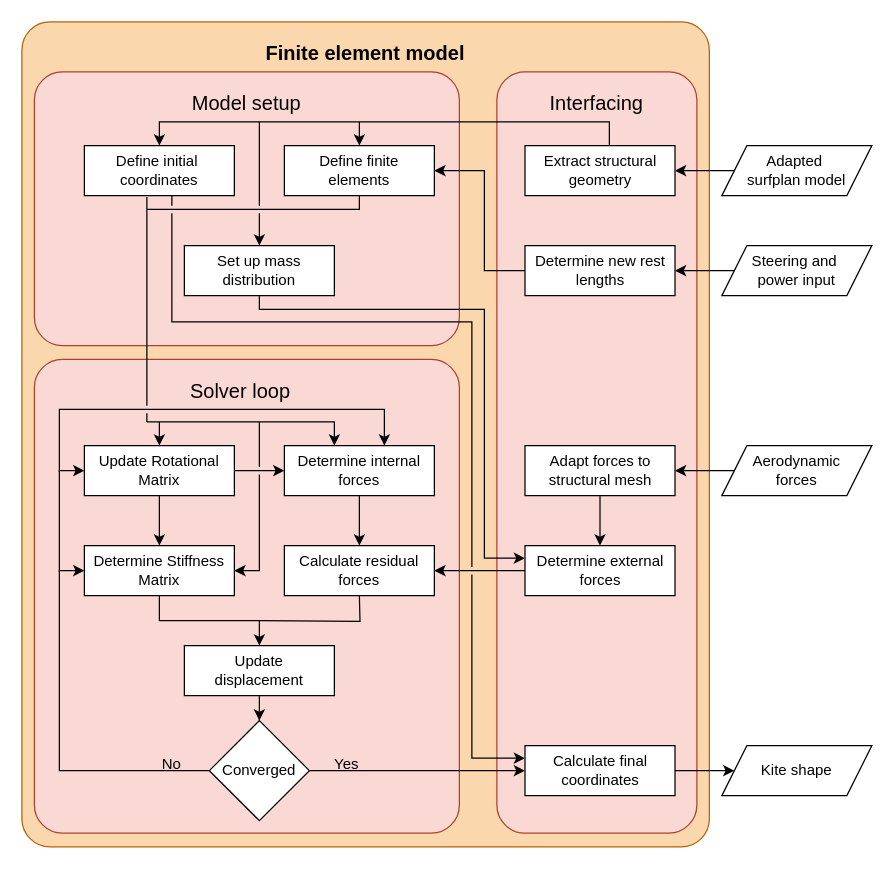
Earlier version of the draw.io diagram Figures/drawio/FEM_flowchart.drawio (PatrickRoel/Thesis). Source tidied: cells renumbered, new cells numbered last; positions are measured from the earlier drawing's top-left corner, leaving out a move shared by most shapes. Both pictures are drawn from the tidied source at 125%, with x=0, y=0 at pixel (21, 21).
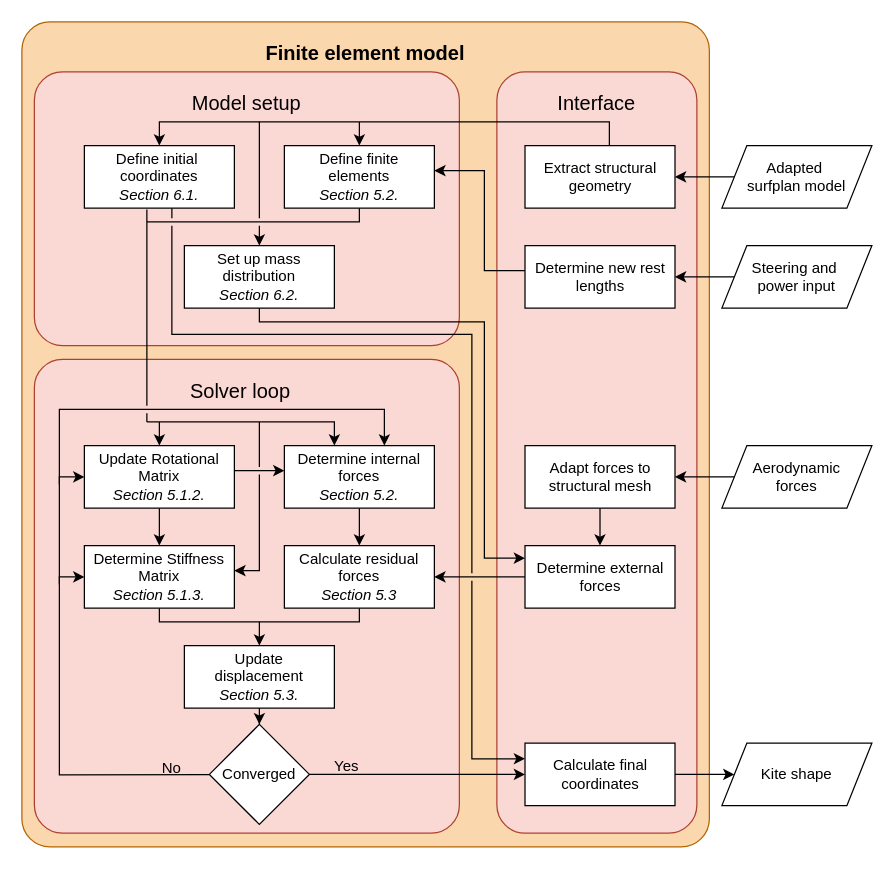
After the change.

What changed in the source:
```diff
@@
-    <mxCell id="8" value="Determine internal forces" style="rounded=0;whiteSpace=wrap;html=1;" parent="1" vertex="1">
-      <mxGeometry x="210" y="339" width="120" height="40" as="geometry" />
+    <mxCell id="8" value="&lt;div&gt;Determine internal forces&lt;/div&gt;&lt;div&gt;&lt;i&gt;Section 5.2.&lt;/i&gt;&lt;/div&gt;" style="rounded=0;whiteSpace=wrap;html=1;spacingBottom=1;fontSize=12;" parent="1" vertex="1">
+      <mxGeometry x="210" y="339" width="120" height="50" as="geometry" />
     </mxCell>
+    <mxCell id="57" style="edgeStyle=orthogonalEdgeStyle;rounded=0;jettySize=auto;html=1;" parent="1" edge="1" source="9" target="13">
+      <mxGeometry relative="1" as="geometry">
+        <Array as="points">
+          <mxPoint x="270" y="480" />
+          <mxPoint x="190" y="480" />
+        </Array>
+      </mxGeometry>
+    </mxCell>
-    <mxCell id="9" value="&lt;div&gt;Calculate residual&lt;/div&gt;&lt;div&gt;forces&lt;/div&gt;" style="rounded=0;whiteSpace=wrap;html=1;" parent="1" vertex="1">
-      <mxGeometry x="210" y="419" width="120" height="40" as="geometry" />
+    <mxCell id="9" value="&lt;div&gt;Calculate residual&lt;/div&gt;&lt;div&gt;forces&lt;/div&gt;&lt;div&gt;&lt;i&gt;Section 5.3&lt;/i&gt;&lt;/div&gt;" style="rounded=0;whiteSpace=wrap;html=1;spacingBottom=1;fontSize=12;" parent="1" vertex="1">
+      <mxGeometry x="210" y="419" width="120" height="50" as="geometry" />
     </mxCell>
-    <mxCell id="10" style="edgeStyle=orthogonalEdgeStyle;rounded=0;jettySize=auto;html=1;entryX=0.5;entryY=0;entryDx=0;entryDy=0;" parent="1" edge="1" source="11" target="13">
-      <mxGeometry relative="1" as="geometry" />
-    </mxCell>
+    <mxCell id="58" style="edgeStyle=orthogonalEdgeStyle;rounded=0;jettySize=auto;html=1;endArrow=none;endFill=0;" parent="1" edge="1" source="11">
+      <mxGeometry relative="1" as="geometry">
+        <mxPoint x="190" y="480" as="targetPoint" />
+        <Array as="points">
+          <mxPoint x="110" y="480" />
+        </Array>
+      </mxGeometry>
+    </mxCell>
-    <mxCell id="11" value="Determine Stiffness Matrix" style="rounded=0;whiteSpace=wrap;html=1;" parent="1" vertex="1">
-      <mxGeometry x="50" y="419" width="120" height="40" as="geometry" />
+    <mxCell id="11" value="&lt;div&gt;Determine Stiffness Matrix&lt;/div&gt;&lt;div&gt;&lt;i&gt;Section 5.1.3.&lt;/i&gt;&lt;/div&gt;" style="rounded=0;whiteSpace=wrap;html=1;spacingBottom=1;fontSize=12;" parent="1" vertex="1">
+      <mxGeometry x="50" y="419" width="120" height="50" as="geometry" />
     </mxCell>
@@
-    <mxCell id="13" value="&lt;div&gt;Update&lt;/div&gt;&lt;div&gt;displacement&lt;/div&gt;" style="rounded=0;whiteSpace=wrap;html=1;" parent="1" vertex="1">
-      <mxGeometry x="130" y="499" width="120" height="40" as="geometry" />
+    <mxCell id="13" value="&lt;div&gt;Update&lt;/div&gt;&lt;div&gt;displacement&lt;/div&gt;&lt;div&gt;&lt;i&gt;Section 5.3.&lt;/i&gt;&lt;/div&gt;" style="rounded=0;whiteSpace=wrap;html=1;spacingBottom=1;fontSize=12;" parent="1" vertex="1">
+      <mxGeometry x="130" y="499" width="120" height="50" as="geometry" />
     </mxCell>
-    <mxCell id="14" style="edgeStyle=orthogonalEdgeStyle;rounded=0;jettySize=auto;html=1;entryX=0;entryY=0.5;entryDx=0;entryDy=0;" parent="1" edge="1" source="16" target="11">
+    <mxCell id="14" style="edgeStyle=orthogonalEdgeStyle;rounded=0;jettySize=auto;html=1;entryX=0;entryY=0.5;entryDx=0;entryDy=0;exitX=1;exitY=0.676;exitDx=0;exitDy=0;exitPerimeter=0;" parent="1" edge="1" source="18" target="11">
       <mxGeometry relative="1" as="geometry">
         <Array as="points">
-          <mxPoint x="30" y="599" />
-          <mxPoint x="30" y="439" />
+          <mxPoint x="30" y="602" />
+          <mxPoint x="30" y="444" />
         </Array>
       </mxGeometry>
     </mxCell>
-    <mxCell id="15" style="edgeStyle=orthogonalEdgeStyle;rounded=0;jettySize=auto;html=1;" parent="1" edge="1" source="16" target="25">
+    <mxCell id="15" style="edgeStyle=orthogonalEdgeStyle;rounded=0;jettySize=auto;html=1;entryX=0;entryY=0.5;entryDx=0;entryDy=0;" parent="1" edge="1" source="16" target="25">
       <mxGeometry relative="1" as="geometry" />
     </mxCell>
     <mxCell id="16" value="Converged" style="rhombus;whiteSpace=wrap;html=1;" parent="1" vertex="1">
-      <mxGeometry x="150" y="559" width="80" height="80" as="geometry" />
+      <mxGeometry x="150" y="562" width="80" height="80" as="geometry" />
     </mxCell>
     <mxCell id="17" value="Yes" style="text;html=1;whiteSpace=wrap;strokeColor=none;fillColor=none;align=center;verticalAlign=middle;rounded=0;" parent="1" vertex="1">
-      <mxGeometry x="230" y="579" width="60" height="30" as="geometry" />
+      <mxGeometry x="230" y="581" width="60" height="30" as="geometry" />
     </mxCell>
     <mxCell id="18" value="No" style="text;html=1;whiteSpace=wrap;strokeColor=none;fillColor=none;align=center;verticalAlign=middle;rounded=0;" parent="1" vertex="1">
-      <mxGeometry x="90" y="579" width="60" height="30" as="geometry" />
+      <mxGeometry x="90" y="582" width="60" height="30" as="geometry" />
     </mxCell>
-    <mxCell id="19" value="&lt;div&gt;Define initial&amp;nbsp;&lt;/div&gt;&lt;div&gt;coordinates&lt;/div&gt;" style="rounded=0;whiteSpace=wrap;html=1;" parent="1" vertex="1">
-      <mxGeometry x="50" y="99" width="120" height="40" as="geometry" />
+    <mxCell id="19" value="&lt;div&gt;Define initial&amp;nbsp;&lt;/div&gt;&lt;div&gt;coordinates&lt;/div&gt;&lt;div&gt;&lt;div&gt;&lt;i&gt;Section 6.1.&lt;/i&gt;&lt;/div&gt;&lt;/div&gt;" style="rounded=0;whiteSpace=wrap;html=1;spacingBottom=1;fontSize=12;" parent="1" vertex="1">
+      <mxGeometry x="50" y="99" width="120" height="50" as="geometry" />
     </mxCell>
@@
-    <mxCell id="21" value="&lt;div&gt;Aerodynamic&lt;/div&gt;&lt;div&gt;forces&lt;/div&gt;" style="shape=parallelogram;perimeter=parallelogramPerimeter;whiteSpace=wrap;html=1;fixedSize=1;" parent="1" vertex="1">
-      <mxGeometry x="560" y="339" width="120" height="40" as="geometry" />
+    <mxCell id="21" value="&lt;div&gt;Aerodynamic&lt;/div&gt;&lt;div&gt;forces&lt;/div&gt;" style="shape=parallelogram;perimeter=parallelogramPerimeter;whiteSpace=wrap;html=1;fixedSize=1;spacingBottom=1;fontSize=12;" parent="1" vertex="1">
+      <mxGeometry x="560" y="339" width="120" height="50" as="geometry" />
     </mxCell>
-    <mxCell id="22" value="Kite shape" style="shape=parallelogram;perimeter=parallelogramPerimeter;whiteSpace=wrap;html=1;fixedSize=1;" parent="1" vertex="1">
-      <mxGeometry x="560" y="579" width="120" height="40" as="geometry" />
+    <mxCell id="22" value="Kite shape" style="shape=parallelogram;perimeter=parallelogramPerimeter;whiteSpace=wrap;html=1;fixedSize=1;spacingBottom=1;fontSize=12;" parent="1" vertex="1">
+      <mxGeometry x="560" y="577" width="120" height="50" as="geometry" />
     </mxCell>
-    <mxCell id="23" value="&lt;div&gt;Define finite&lt;/div&gt;&lt;div&gt;elements&lt;/div&gt;" style="rounded=0;whiteSpace=wrap;html=1;" parent="1" vertex="1">
-      <mxGeometry x="210" y="99" width="120" height="40" as="geometry" />
+    <mxCell id="23" value="&lt;div&gt;Define finite&lt;/div&gt;&lt;div&gt;elements&lt;/div&gt;&lt;div&gt;&lt;i&gt;Section 5.2.&lt;/i&gt;&lt;/div&gt;" style="rounded=0;whiteSpace=wrap;html=1;spacing=2;spacingTop=0;spacingBottom=1;fontSize=12;" parent="1" vertex="1">
+      <mxGeometry x="210" y="99" width="120" height="50" as="geometry" />
     </mxCell>
@@
-    <mxCell id="25" value="Calculate final coordinates" style="rounded=0;whiteSpace=wrap;html=1;" parent="1" vertex="1">
-      <mxGeometry x="402.5" y="579" width="120" height="40" as="geometry" />
+    <mxCell id="25" value="Calculate final coordinates" style="rounded=0;whiteSpace=wrap;html=1;spacingBottom=1;fontSize=12;" parent="1" vertex="1">
+      <mxGeometry x="402.5" y="577" width="120" height="50" as="geometry" />
     </mxCell>
@@
-    <mxCell id="28" value="&lt;div&gt;Steering and&amp;nbsp;&lt;/div&gt;&lt;div&gt;power input&lt;/div&gt;" style="shape=parallelogram;perimeter=parallelogramPerimeter;whiteSpace=wrap;html=1;fixedSize=1;" parent="1" vertex="1">
-      <mxGeometry x="560" y="179" width="120" height="40" as="geometry" />
+    <mxCell id="28" value="&lt;div&gt;Steering and&amp;nbsp;&lt;/div&gt;&lt;div&gt;power input&lt;/div&gt;" style="shape=parallelogram;perimeter=parallelogramPerimeter;whiteSpace=wrap;html=1;fixedSize=1;spacingBottom=1;fontSize=12;" parent="1" vertex="1">
+      <mxGeometry x="560" y="179" width="120" height="50" as="geometry" />
     </mxCell>
-    <mxCell id="29" value="&lt;div&gt;Set up mass&lt;/div&gt;&lt;div&gt;distribution&lt;/div&gt;" style="rounded=0;whiteSpace=wrap;html=1;" parent="1" vertex="1">
-      <mxGeometry x="130" y="179" width="120" height="40" as="geometry" />
+    <mxCell id="29" value="&lt;div&gt;Set up mass&lt;/div&gt;&lt;div&gt;distribution&lt;/div&gt;&lt;div&gt;&lt;i&gt;Section 6.2.&lt;/i&gt;&lt;/div&gt;" style="rounded=0;whiteSpace=wrap;html=1;spacingBottom=1;fontSize=12;" parent="1" vertex="1">
+      <mxGeometry x="130" y="179" width="120" height="50" as="geometry" />
     </mxCell>
@@
-    <mxCell id="31" value="&lt;div&gt;Adapt&amp;nbsp;forces to structural mesh&lt;/div&gt;" style="rounded=0;whiteSpace=wrap;html=1;" parent="1" vertex="1">
-      <mxGeometry x="402.5" y="339" width="120" height="40" as="geometry" />
+    <mxCell id="31" value="&lt;div&gt;Adapt&amp;nbsp;forces to structural mesh&lt;/div&gt;" style="rounded=0;whiteSpace=wrap;html=1;spacingBottom=1;fontSize=12;" parent="1" vertex="1">
+      <mxGeometry x="402.5" y="339" width="120" height="50" as="geometry" />
     </mxCell>
@@
-    <mxCell id="33" style="endArrow=none;html=1;rounded=0;edgeStyle=orthogonalEdgeStyle;" parent="1" edge="1">
-      <mxGeometry relative="1" as="geometry">
-        <mxPoint x="190" y="479" as="sourcePoint" />
-        <mxPoint x="270" y="459" as="targetPoint" />
-      </mxGeometry>
-    </mxCell>
     <mxCell id="34" style="endArrow=classic;html=1;rounded=0;edgeStyle=orthogonalEdgeStyle;" parent="1" edge="1">
       <mxGeometry relative="1" as="geometry">
-        <mxPoint x="30" y="360" as="sourcePoint" />
+        <mxPoint x="30" y="370" as="sourcePoint" />
         <mxPoint x="290" y="339" as="targetPoint" />
         <Array as="points">
           <mxPoint x="30" y="310" />
           <mxPoint x="290" y="310" />
           <mxPoint x="290" y="339" />
         </Array>
       </mxGeometry>
     </mxCell>
@@
-    <mxCell id="37" style="endArrow=classic;html=1;rounded=0;entryX=0;entryY=0.5;entryDx=0;entryDy=0;edgeStyle=orthogonalEdgeStyle;" parent="1" edge="1" target="42">
+    <mxCell id="37" style="endArrow=classic;html=1;rounded=0;edgeStyle=orthogonalEdgeStyle;entryX=0;entryY=0.5;entryDx=0;entryDy=0;" parent="1" edge="1" target="42">
       <mxGeometry relative="1" as="geometry">
-        <mxPoint x="30" y="440" as="sourcePoint" />
+        <mxPoint x="30" y="450" as="sourcePoint" />
         <Array as="points">
-          <mxPoint x="30" y="359" />
+          <mxPoint x="30" y="364" />
         </Array>
       </mxGeometry>
     </mxCell>
@@
-    <mxCell id="39" value="&lt;div&gt;Adapted&amp;nbsp;&lt;/div&gt;&lt;div&gt;surfplan model&lt;/div&gt;" style="shape=parallelogram;perimeter=parallelogramPerimeter;whiteSpace=wrap;html=1;fixedSize=1;" parent="1" vertex="1">
-      <mxGeometry x="560" y="99" width="120" height="40" as="geometry" />
+    <mxCell id="39" value="&lt;div&gt;Adapted&amp;nbsp;&lt;/div&gt;&lt;div&gt;surfplan model&lt;/div&gt;" style="shape=parallelogram;perimeter=parallelogramPerimeter;whiteSpace=wrap;html=1;fixedSize=1;spacingBottom=1;fontSize=12;" parent="1" vertex="1">
+      <mxGeometry x="560" y="99" width="120" height="50" as="geometry" />
     </mxCell>
@@
-    <mxCell id="42" value="Update Rotational Matrix" style="rounded=0;whiteSpace=wrap;html=1;" parent="1" vertex="1">
-      <mxGeometry x="50" y="339" width="120" height="40" as="geometry" />
+    <mxCell id="42" value="&lt;div&gt;Update Rotational Matrix&lt;/div&gt;&lt;div&gt;&lt;i&gt;Section 5.1.2.&lt;/i&gt;&lt;/div&gt;" style="rounded=0;whiteSpace=wrap;html=1;spacingBottom=1;fontSize=12;" parent="1" vertex="1">
+      <mxGeometry x="50" y="339" width="120" height="50" as="geometry" />
     </mxCell>
-    <mxCell id="43" value="Interfacing" style="text;html=1;whiteSpace=wrap;strokeColor=none;fillColor=none;align=center;verticalAlign=middle;rounded=0;fontStyle=0;fontSize=16;" parent="1" vertex="1">
+    <mxCell id="43" value="Interface" style="text;html=1;whiteSpace=wrap;strokeColor=none;fillColor=none;align=center;verticalAlign=middle;rounded=0;fontStyle=0;fontSize=16;" parent="1" vertex="1">
       <mxGeometry x="380" y="50" width="160" height="30" as="geometry" />
     </mxCell>
@@
-    <mxCell id="45" value="&lt;div&gt;Determine external&lt;/div&gt;&lt;div&gt;forces&lt;/div&gt;" style="rounded=0;whiteSpace=wrap;html=1;" parent="1" vertex="1">
-      <mxGeometry x="402.5" y="419" width="120" height="40" as="geometry" />
+    <mxCell id="45" value="&lt;div&gt;Determine external&lt;/div&gt;&lt;div&gt;forces&lt;/div&gt;" style="rounded=0;whiteSpace=wrap;html=1;spacingBottom=1;fontSize=12;" parent="1" vertex="1">
+      <mxGeometry x="402.5" y="419" width="120" height="50" as="geometry" />
     </mxCell>
@@
-    <mxCell id="47" value="&lt;div&gt;Determine new rest&lt;/div&gt;&lt;div&gt;lengths&lt;/div&gt;" style="rounded=0;whiteSpace=wrap;html=1;" parent="1" vertex="1">
-      <mxGeometry x="402.5" y="179" width="120" height="40" as="geometry" />
+    <mxCell id="47" value="&lt;div&gt;Determine new rest&lt;/div&gt;&lt;div&gt;lengths&lt;/div&gt;" style="rounded=0;whiteSpace=wrap;html=1;spacingBottom=1;fontSize=12;" parent="1" vertex="1">
+      <mxGeometry x="402.5" y="179" width="120" height="50" as="geometry" />
     </mxCell>
-    <mxCell id="48" value="&lt;div&gt;Extract structural&lt;/div&gt;&lt;div&gt;geometry&lt;/div&gt;" style="rounded=0;whiteSpace=wrap;html=1;" parent="1" vertex="1">
-      <mxGeometry x="402.5" y="99" width="120" height="40" as="geometry" />
+    <mxCell id="48" value="&lt;div&gt;Extract structural&lt;/div&gt;&lt;div&gt;geometry&lt;/div&gt;" style="rounded=0;whiteSpace=wrap;html=1;spacingBottom=1;fontSize=12;" parent="1" vertex="1">
+      <mxGeometry x="402.5" y="99" width="120" height="50" as="geometry" />
     </mxCell>
@@
-    <mxCell id="50" style="edgeStyle=orthogonalEdgeStyle;rounded=0;jettySize=auto;html=1;entryX=0;entryY=0.25;entryDx=0;entryDy=0;jumpStyle=gap;exitX=0.5;exitY=1;exitDx=0;exitDy=0;" parent="1" edge="1" source="29" target="45">
+    <mxCell id="50" style="edgeStyle=orthogonalEdgeStyle;rounded=0;jettySize=auto;html=1;jumpStyle=gap;exitX=0.5;exitY=1;exitDx=0;exitDy=0;" parent="1" edge="1" source="29" target="45">
       <mxGeometry relative="1" as="geometry">
         <Array as="points">
-          <mxPoint x="190" y="230" />
-          <mxPoint x="370" y="230" />
+          <mxPoint x="190" y="240" />
+          <mxPoint x="370" y="240" />
           <mxPoint x="370" y="429" />
         </Array>
       </mxGeometry>
     </mxCell>
     <mxCell id="51" style="endArrow=none;html=1;rounded=0;edgeStyle=orthogonalEdgeStyle;startArrow=none;startFill=0;jumpStyle=gap;" parent="1" edge="1">
       <mxGeometry relative="1" as="geometry">
         <mxPoint x="100" y="320" as="sourcePoint" />
-        <mxPoint x="100" y="140" as="targetPoint" />
+        <mxPoint x="100" y="150" as="targetPoint" />
         <Array as="points">
-          <mxPoint x="100" y="140" />
+          <mxPoint x="100" y="150" />
         </Array>
       </mxGeometry>
     </mxCell>
     <mxCell id="52" style="edgeStyle=orthogonalEdgeStyle;rounded=0;jettySize=auto;html=1;endArrow=none;endFill=0;" parent="1" edge="1" source="23">
       <mxGeometry relative="1" as="geometry">
-        <mxPoint x="100" y="150" as="targetPoint" />
+        <mxPoint x="110" y="160" as="targetPoint" />
         <Array as="points">
-          <mxPoint x="270" y="150" />
-          <mxPoint x="110" y="150" />
+          <mxPoint x="270" y="160" />
+          <mxPoint x="100" y="160" />
         </Array>
       </mxGeometry>
     </mxCell>
@@
-    <mxCell id="54" style="edgeStyle=orthogonalEdgeStyle;rounded=0;jettySize=auto;html=1;entryX=0;entryY=0.25;entryDx=0;entryDy=0;jumpStyle=gap;" parent="1" edge="1" source="19" target="25">
+    <mxCell id="54" style="edgeStyle=orthogonalEdgeStyle;rounded=0;jettySize=auto;html=1;jumpStyle=gap;entryX=0;entryY=0.25;entryDx=0;entryDy=0;" parent="1" edge="1" source="19" target="25">
       <mxGeometry relative="1" as="geometry">
         <Array as="points">
-          <mxPoint x="120" y="240" />
-          <mxPoint x="360" y="240" />
-          <mxPoint x="360" y="589" />
+          <mxPoint x="120" y="250" />
+          <mxPoint x="360" y="250" />
+          <mxPoint x="360" y="590" />
+          <mxPoint x="403" y="590" />
         </Array>
       </mxGeometry>
     </mxCell>
```
